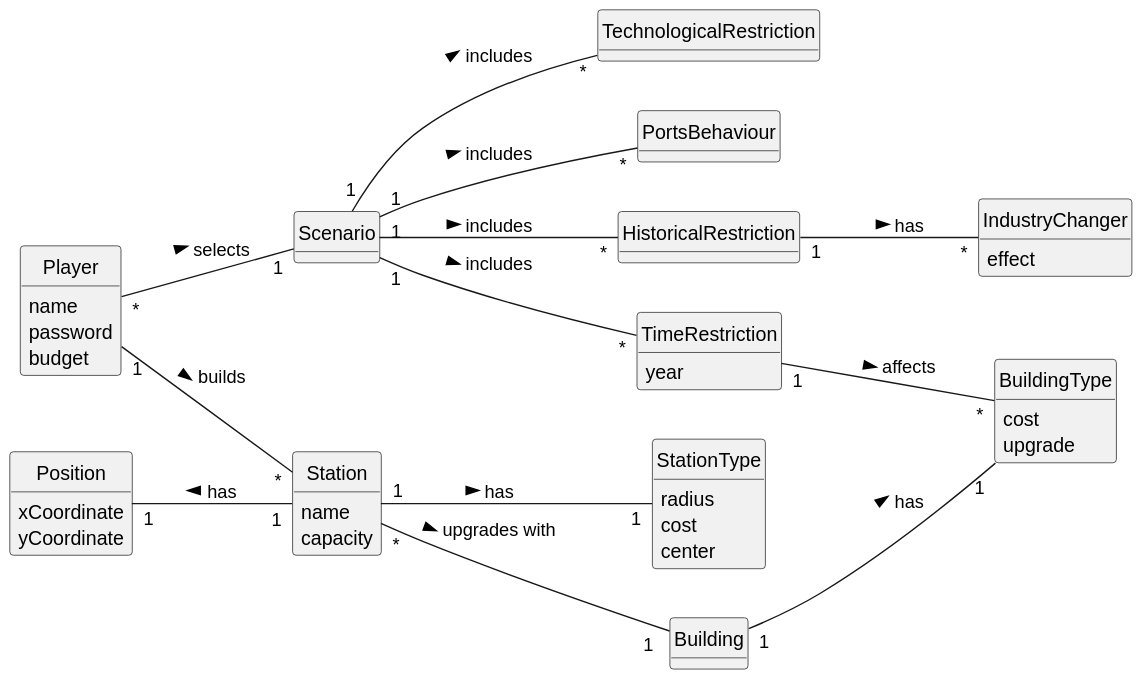
This is Sprint2/US006/02.analysis/svg/US006-DM.svg from 1240935/pi2-railway-simulator, a PlantUML export, as it was before one commit.
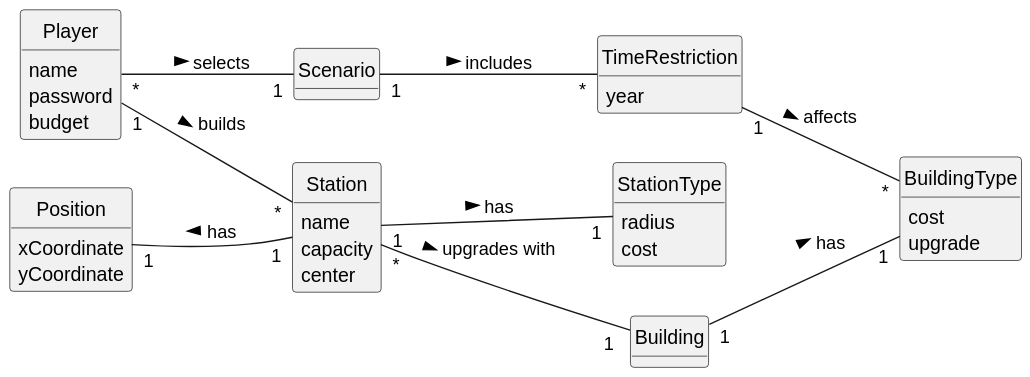
The same diagram one commit later.

The edit, as a diff of the source:
```diff
@@ -17,12 +17,12 @@
 class Station {
     name
     capacity
+    center
 }
 
 class StationType{
     radius
     cost
-    center
 }
 
 class Building {
@@ -41,22 +41,10 @@
     yCoordinate
 }
 
-class HistoricalRestriction{
-}
-
 class TimeRestriction{
     year
 }
 
-class TechnologicalRestriction{
-}
-
-class PortsBehaviour{
-}
-
-class IndustryChanger{
-    effect
-}
 
 Player "1" -- "*" Station: builds >
 Player "*" -- "1" Scenario : selects >
@@ -64,10 +52,6 @@
 Station "1" -- "1" StationType: has >
 Building "1" -- "1" BuildingType : has >
 Position "1" -- "1" Station: has <
-Scenario "1" -- "*" HistoricalRestriction: includes >
-Scenario "1" -- "*" TechnologicalRestriction: includes >
 Scenario "1" -- "*" TimeRestriction: includes >
-Scenario "1" -- "*" PortsBehaviour: includes >
 TimeRestriction "1" -- "*" BuildingType: affects >
-HistoricalRestriction "1" -- "*" IndustryChanger: has >
 @enduml
```
